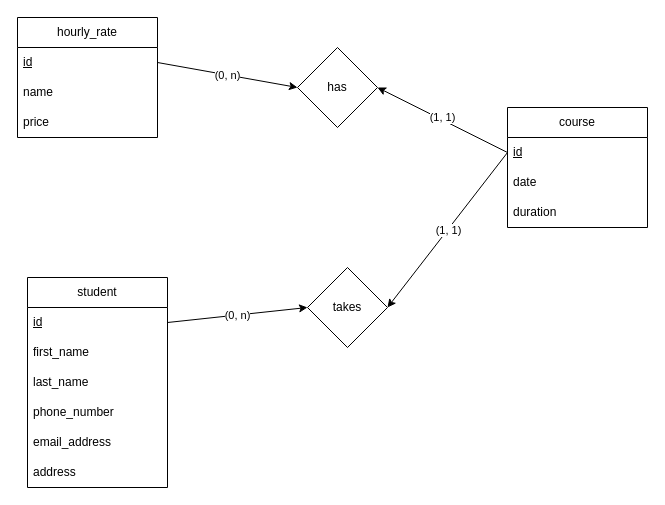
Before: Diagramme ER.drawio in ArmisBoofis/gestionnaire_cours_particuliers, a draw.io diagram. Source tidied: cells renumbered, new cells numbered last; positions are measured from the earlier drawing's top-left corner, leaving out a move shared by most shapes. Both pictures are drawn from the tidied source at 100%, with x=0, y=0 at pixel (17, 17).
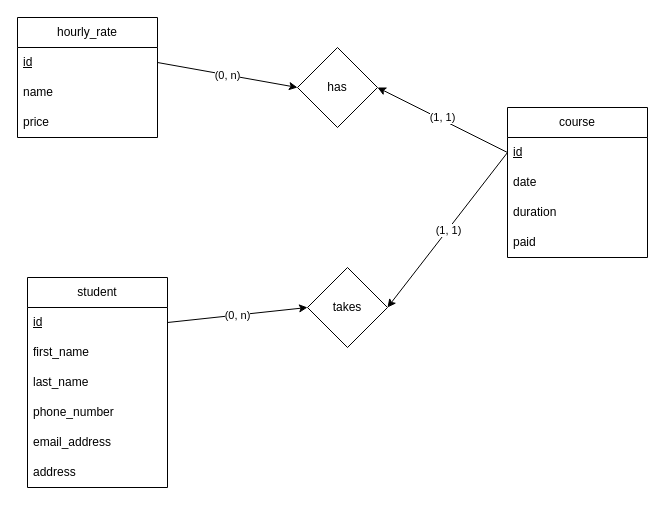
The same page after the edit.

Change to the diagram source:
```diff
@@
     <mxCell id="13" value="course" style="swimlane;fontStyle=0;horizontal=1;startSize=30;whiteSpace=wrap;html=1;" parent="1" vertex="1">
-      <mxGeometry x="490" y="90" width="140" height="120" as="geometry" />
+      <mxGeometry x="490" y="90" width="140" height="150" as="geometry" />
     </mxCell>
@@
+    <mxCell id="26" value="p&lt;span style=&quot;background-color: initial;&quot;&gt;aid&lt;/span&gt;" style="text;strokeColor=none;fillColor=none;align=left;verticalAlign=middle;spacingLeft=4;spacingRight=4;overflow=hidden;whiteSpace=wrap;html=1;" parent="13" vertex="1">
+      <mxGeometry y="120" width="140" height="30" as="geometry" />
+    </mxCell>
```
